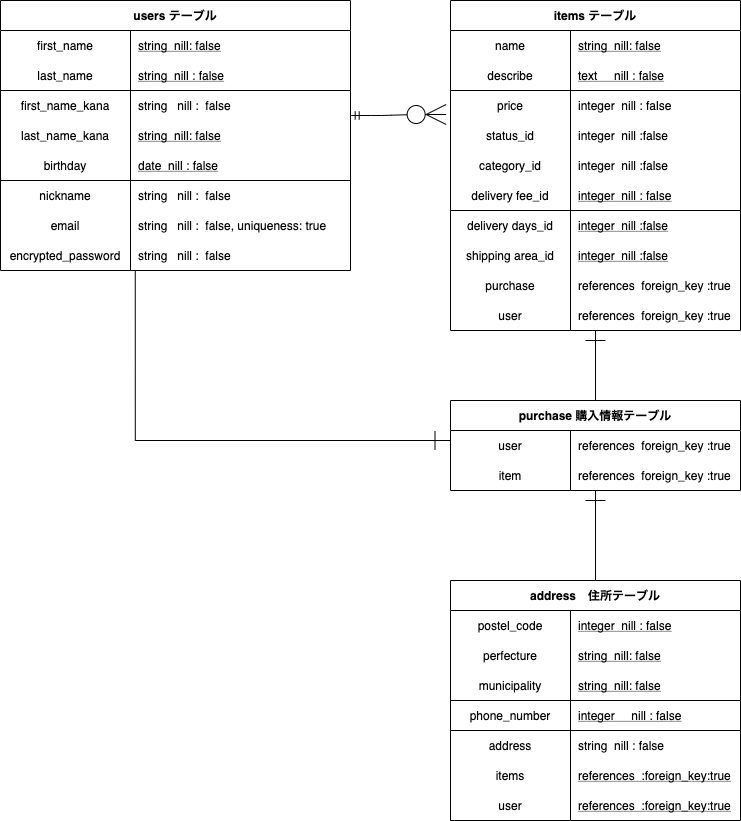
The draw.io diagram ER_map.drawio.png in zerechi-m/furima-34474, before a commit. Source tidied: cells renumbered, new cells last; positions are measured from the earlier drawing's top-left corner, leaving out a move shared by most shapes.
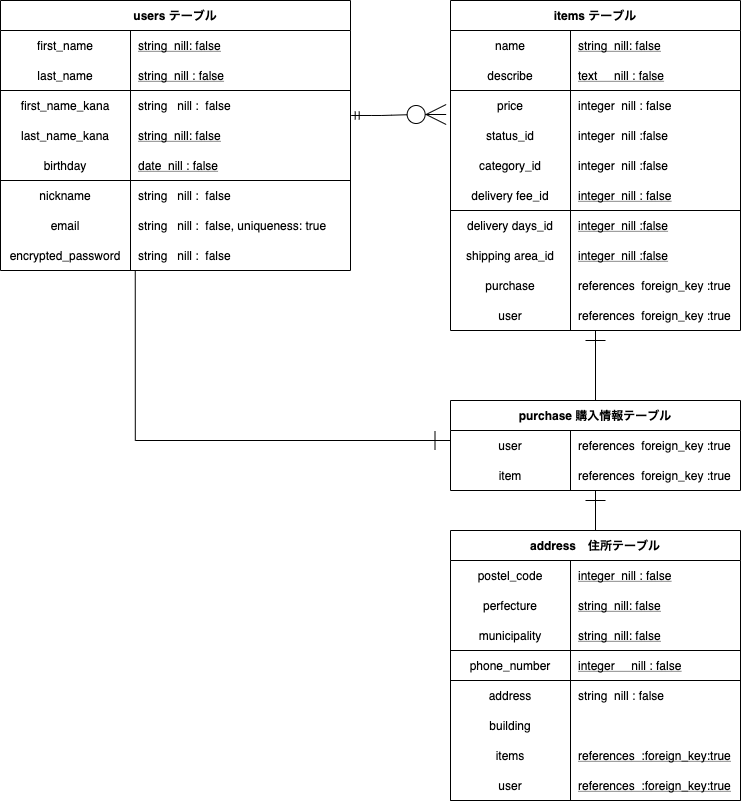
The same file after the commit.

Commit message:
ER図・README修正5

Change to the diagram source:
```diff
@@ -174,7 +174,7 @@
       <mxGeometry relative="1" as="geometry" />
     </mxCell>
     <mxCell id="59" value="address　住所テーブル" style="shape=table;startSize=30;rowLines=0;fontStyle=1;align=center;" parent="1" vertex="1">
-      <mxGeometry x="450" y="580" width="290" height="240" as="geometry" />
+      <mxGeometry x="450" y="530" width="290" height="270" as="geometry" />
     </mxCell>
     <mxCell id="60" style="shape=partialRectangle;fillColor=none;top=0;left=0;bottom=0;right=0;" parent="59" vertex="1">
       <mxGeometry y="30" width="290" height="30" as="geometry" />
@@ -224,14 +224,23 @@
     <mxCell id="75" style="shape=partialRectangle;fillColor=none;top=0;left=0;bottom=0;right=0;" parent="59" vertex="1">
       <mxGeometry y="180" width="290" height="30" as="geometry" />
     </mxCell>
-    <mxCell id="76" value="items" style="shape=partialRectangle;fillColor=none;top=0;left=0;bottom=0;right=0;fontStyle=0;overflow=hidden;" parent="75" vertex="1">
+    <mxCell id="76" value="building" style="shape=partialRectangle;fillColor=none;top=0;left=0;bottom=0;right=0;fontStyle=0;overflow=hidden;" parent="75" vertex="1">
       <mxGeometry width="120" height="30" as="geometry" />
     </mxCell>
-    <mxCell id="77" value="references  :foreign_key:true" style="shape=partialRectangle;fillColor=none;top=0;left=0;bottom=0;right=0;align=left;spacingLeft=6;fontStyle=4;overflow=hidden;" parent="75" vertex="1">
+    <mxCell id="77" style="shape=partialRectangle;fillColor=none;top=0;left=0;bottom=0;right=0;align=left;spacingLeft=6;fontStyle=4;overflow=hidden;" parent="75" vertex="1">
       <mxGeometry x="120" width="170" height="30" as="geometry" />
     </mxCell>
+    <mxCell id="91" style="shape=partialRectangle;fillColor=none;top=0;left=0;bottom=0;right=0;" parent="59" vertex="1">
+      <mxGeometry y="210" width="290" height="30" as="geometry" />
+    </mxCell>
+    <mxCell id="92" value="items" style="shape=partialRectangle;fillColor=none;top=0;left=0;bottom=0;right=0;fontStyle=0;overflow=hidden;" parent="91" vertex="1">
+      <mxGeometry width="120" height="30" as="geometry" />
+    </mxCell>
+    <mxCell id="93" value="references  :foreign_key:true" style="shape=partialRectangle;fillColor=none;top=0;left=0;bottom=0;right=0;align=left;spacingLeft=6;fontStyle=4;overflow=hidden;" parent="91" vertex="1">
+      <mxGeometry x="120" width="170" height="30" as="geometry" />
+    </mxCell>
     <mxCell id="78" style="shape=partialRectangle;fillColor=none;top=0;left=0;bottom=1;right=0;" parent="59" vertex="1">
-      <mxGeometry y="210" width="290" height="30" as="geometry" />
+      <mxGeometry y="240" width="290" height="30" as="geometry" />
     </mxCell>
     <mxCell id="79" value="user" style="shape=partialRectangle;fillColor=none;top=0;left=0;bottom=0;right=0;fontStyle=0;overflow=hidden;" parent="78" vertex="1">
       <mxGeometry width="120" height="30" as="geometry" />
```
